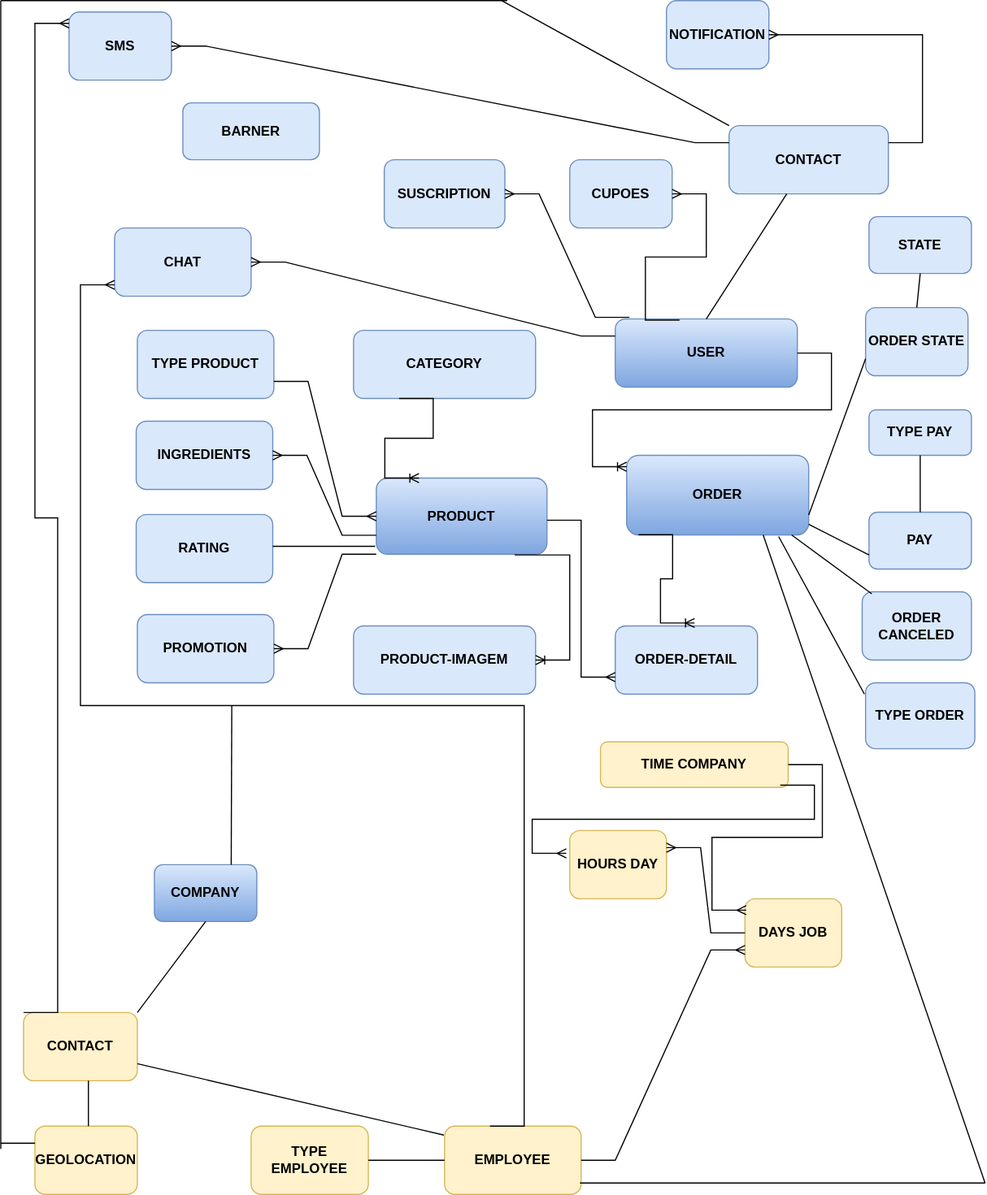
This is Estructuras App/Delivery_Skeletor.drawio (2).svg from filda1/Script-Code, a draw.io export, as it was before one commit. Source tidied: cells renumbered, new cells last; positions are measured from the earlier drawing's top-left corner, leaving out a move shared by most shapes.
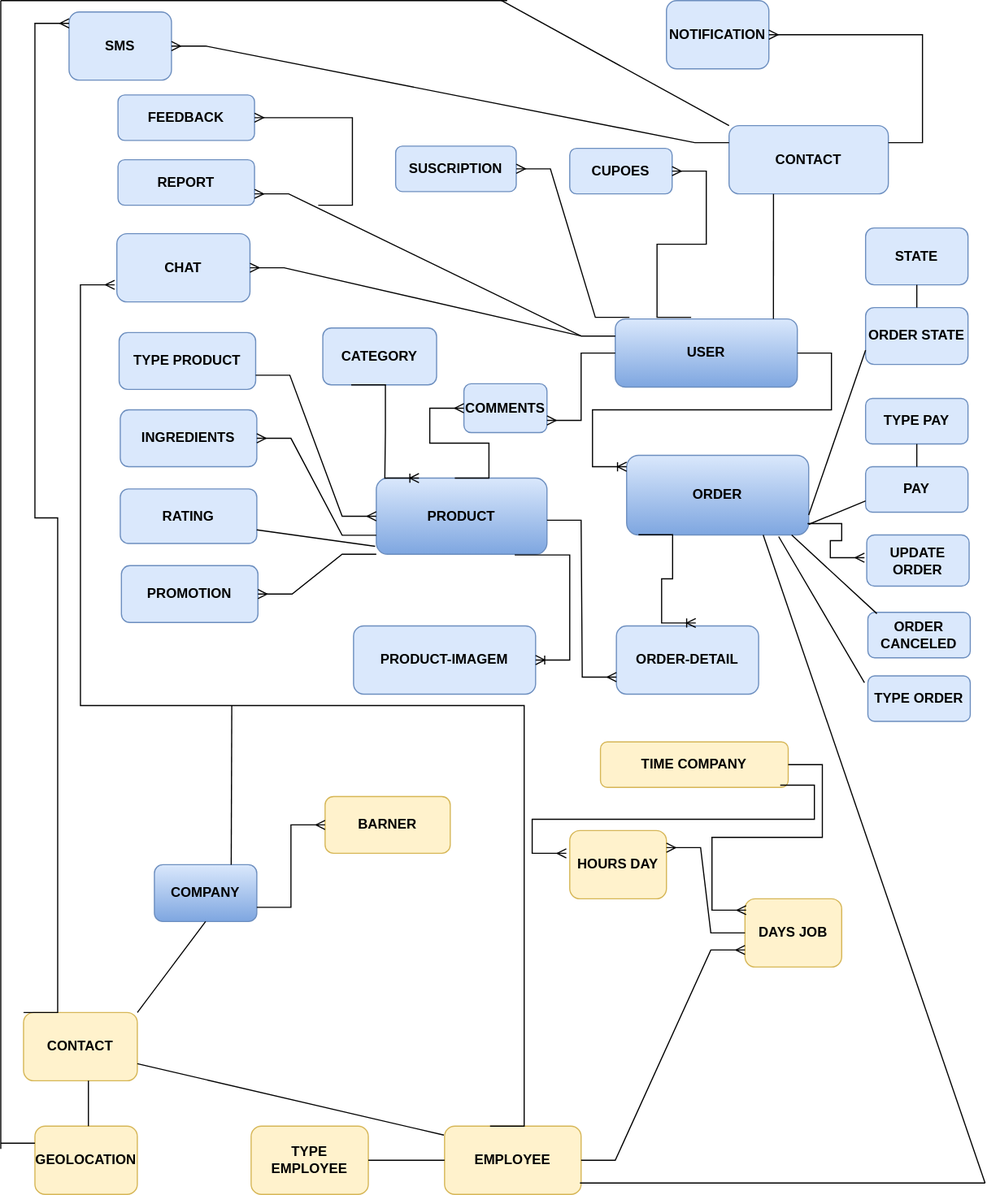
The same file after the commit.

The edit, as a diff of the source:
```diff
@@ -6,7 +6,7 @@
       <mxGeometry x="330" y="420" width="150" height="67" as="geometry" />
     </mxCell>
     <mxCell id="3" value="&lt;b&gt;CATEGORY&lt;/b&gt;" style="rounded=1;whiteSpace=wrap;html=1;labelBorderColor=none;fillColor=#dae8fc;strokeColor=#6c8ebf;" parent="1" vertex="1">
-      <mxGeometry x="310" y="290" width="160" height="60" as="geometry" />
+      <mxGeometry x="283" y="288" width="100" height="50" as="geometry" />
     </mxCell>
     <mxCell id="4" value="PRODUCT-IMAGEM" style="rounded=1;whiteSpace=wrap;html=1;labelBackgroundColor=none;labelBorderColor=none;fillColor=#dae8fc;strokeColor=#6c8ebf;fontStyle=1;" parent="1" vertex="1">
       <mxGeometry x="310" y="550" width="160" height="60" as="geometry" />
@@ -18,7 +18,7 @@
       <mxGeometry x="550" y="400" width="160" height="70" as="geometry" />
     </mxCell>
     <mxCell id="7" value="ORDER-DETAIL" style="rounded=1;whiteSpace=wrap;html=1;labelBackgroundColor=none;labelBorderColor=none;fillColor=#dae8fc;strokeColor=#6c8ebf;fontStyle=1;" parent="1" vertex="1">
-      <mxGeometry x="540" y="550" width="125" height="60" as="geometry" />
+      <mxGeometry x="541" y="550" width="125" height="60" as="geometry" />
     </mxCell>
     <mxCell id="8" value="CONTACT" style="rounded=1;whiteSpace=wrap;html=1;labelBackgroundColor=none;labelBorderColor=none;fillColor=#dae8fc;strokeColor=#6c8ebf;fontStyle=1;" parent="1" vertex="1">
       <mxGeometry x="640" y="110" width="140" height="60" as="geometry" />
@@ -36,8 +36,10 @@
         <mxPoint x="550" y="410" as="targetPoint" />
       </mxGeometry>
     </mxCell>
-    <mxCell id="12" style="endArrow=none;html=1;rounded=0;fontColor=#000000;exitX=0.5;exitY=0;exitDx=0;exitDy=0;" parent="1" edge="1" source="5" target="8">
-      <mxGeometry relative="1" as="geometry" />
+    <mxCell id="12" style="endArrow=none;html=1;rounded=0;fontColor=#000000;entryX=0.279;entryY=1;entryDx=0;entryDy=0;entryPerimeter=0;" parent="1" edge="1" target="8">
+      <mxGeometry relative="1" as="geometry">
+        <mxPoint x="679" y="280" as="sourcePoint" />
+      </mxGeometry>
     </mxCell>
     <mxCell id="13" style="edgeStyle=entityRelationEdgeStyle;fontSize=12;html=1;endArrow=ERoneToMany;rounded=0;fontColor=#000000;entryX=0.25;entryY=0;entryDx=0;entryDy=0;exitX=0.25;exitY=1;exitDx=0;exitDy=0;" parent="1" edge="1" source="3" target="2">
       <mxGeometry relative="1" as="geometry" />
@@ -46,10 +48,10 @@
       <mxGeometry relative="1" as="geometry" />
     </mxCell>
     <mxCell id="15" value="TYPE PRODUCT" style="rounded=1;whiteSpace=wrap;html=1;labelBackgroundColor=none;labelBorderColor=none;fillColor=#dae8fc;strokeColor=#6c8ebf;fontStyle=1;" parent="1" vertex="1">
-      <mxGeometry x="120" y="290" width="120" height="60" as="geometry" />
+      <mxGeometry x="104" y="292" width="120" height="50" as="geometry" />
     </mxCell>
     <mxCell id="16" value="&lt;b&gt;INGREDIENTS&lt;/b&gt;" style="rounded=1;whiteSpace=wrap;html=1;labelBackgroundColor=none;labelBorderColor=none;fillColor=#dae8fc;strokeColor=#6c8ebf;" parent="1" vertex="1">
-      <mxGeometry x="119" y="370" width="120" height="60" as="geometry" />
+      <mxGeometry x="105" y="360" width="120" height="50" as="geometry" />
     </mxCell>
     <mxCell id="17" style="edgeStyle=entityRelationEdgeStyle;fontSize=12;html=1;endArrow=ERmany;rounded=0;fontColor=#000000;exitX=1;exitY=0.75;exitDx=0;exitDy=0;entryX=0;entryY=0.5;entryDx=0;entryDy=0;" parent="1" edge="1" source="15" target="2">
       <mxGeometry relative="1" as="geometry" />
@@ -58,25 +60,25 @@
       <mxGeometry relative="1" as="geometry" />
     </mxCell>
     <mxCell id="19" value="&lt;b&gt;PROMOTION&lt;/b&gt;" style="rounded=1;whiteSpace=wrap;html=1;labelBackgroundColor=none;labelBorderColor=none;fillColor=#dae8fc;strokeColor=#6c8ebf;" parent="1" vertex="1">
-      <mxGeometry x="120" y="540" width="120" height="60" as="geometry" />
+      <mxGeometry x="106" y="497" width="120" height="50" as="geometry" />
     </mxCell>
     <mxCell id="20" style="edgeStyle=entityRelationEdgeStyle;fontSize=12;html=1;endArrow=ERmany;rounded=0;fontColor=#000000;exitX=0;exitY=1;exitDx=0;exitDy=0;" parent="1" edge="1" source="2" target="19">
       <mxGeometry relative="1" as="geometry" />
     </mxCell>
     <mxCell id="21" value="ORDER STATE" style="rounded=1;whiteSpace=wrap;html=1;labelBackgroundColor=none;labelBorderColor=none;fillColor=#dae8fc;strokeColor=#6c8ebf;fontStyle=1;" parent="1" vertex="1">
-      <mxGeometry x="760" y="270" width="90" height="60" as="geometry" />
+      <mxGeometry x="760" y="270" width="90" height="50" as="geometry" />
     </mxCell>
     <mxCell id="22" style="endArrow=none;html=1;rounded=0;fontColor=#000000;entryX=0;entryY=0.75;entryDx=0;entryDy=0;exitX=1;exitY=0.75;exitDx=0;exitDy=0;" parent="1" edge="1" source="6" target="21">
       <mxGeometry relative="1" as="geometry" />
     </mxCell>
     <mxCell id="23" value="STATE" style="rounded=1;whiteSpace=wrap;html=1;labelBackgroundColor=none;labelBorderColor=none;fillColor=#dae8fc;strokeColor=#6c8ebf;fontStyle=1;" parent="1" vertex="1">
-      <mxGeometry x="763" y="190" width="90" height="50" as="geometry" />
+      <mxGeometry x="760" y="200" width="90" height="50" as="geometry" />
     </mxCell>
     <mxCell id="24" style="endArrow=none;html=1;rounded=0;fontColor=#000000;entryX=0.5;entryY=1;entryDx=0;entryDy=0;exitX=0.5;exitY=0;exitDx=0;exitDy=0;" parent="1" edge="1" source="21" target="23">
       <mxGeometry relative="1" as="geometry" />
     </mxCell>
     <mxCell id="25" value="ORDER CANCELED" style="rounded=1;whiteSpace=wrap;html=1;labelBackgroundColor=none;labelBorderColor=none;fillColor=#dae8fc;strokeColor=#6c8ebf;fontStyle=1;" parent="1" vertex="1">
-      <mxGeometry x="757" y="520" width="96" height="60" as="geometry" />
+      <mxGeometry x="762" y="538" width="90" height="40" as="geometry" />
     </mxCell>
     <mxCell id="26" style="endArrow=none;html=1;rounded=0;fontColor=#000000;entryX=0.088;entryY=0.03;entryDx=0;entryDy=0;entryPerimeter=0;" parent="1" edge="1" target="25">
       <mxGeometry relative="1" as="geometry">
@@ -84,7 +86,7 @@
       </mxGeometry>
     </mxCell>
     <mxCell id="27" value="PAY" style="rounded=1;whiteSpace=wrap;html=1;labelBackgroundColor=none;labelBorderColor=none;fillColor=#dae8fc;strokeColor=#6c8ebf;fontStyle=1;" parent="1" vertex="1">
-      <mxGeometry x="763" y="450" width="90" height="50" as="geometry" />
+      <mxGeometry x="760" y="410" width="90" height="40" as="geometry" />
     </mxCell>
     <mxCell id="28" style="endArrow=none;html=1;rounded=0;fontColor=#000000;exitX=1;exitY=0.867;exitDx=0;exitDy=0;exitPerimeter=0;entryX=0;entryY=0.75;entryDx=0;entryDy=0;" parent="1" edge="1" source="6" target="27">
       <mxGeometry relative="1" as="geometry" />
@@ -104,27 +106,27 @@
       <mxGeometry relative="1" as="geometry" />
     </mxCell>
     <mxCell id="33" value="TYPE PAY" style="rounded=1;whiteSpace=wrap;html=1;labelBackgroundColor=none;labelBorderColor=none;fillColor=#dae8fc;strokeColor=#6c8ebf;fontStyle=1;" parent="1" vertex="1">
-      <mxGeometry x="763" y="360" width="90" height="40" as="geometry" />
+      <mxGeometry x="760" y="350" width="90" height="40" as="geometry" />
     </mxCell>
     <mxCell id="34" style="endArrow=none;html=1;rounded=0;fontColor=#000000;entryX=0.5;entryY=1;entryDx=0;entryDy=0;exitX=0.5;exitY=0;exitDx=0;exitDy=0;" parent="1" edge="1" source="27" target="33">
       <mxGeometry relative="1" as="geometry" />
     </mxCell>
     <mxCell id="35" value="CHAT" style="rounded=1;whiteSpace=wrap;html=1;labelBackgroundColor=none;labelBorderColor=none;fillColor=#dae8fc;strokeColor=#6c8ebf;fontStyle=1;" parent="1" vertex="1">
-      <mxGeometry x="100" y="200" width="120" height="60" as="geometry" />
+      <mxGeometry x="102" y="205" width="117" height="60" as="geometry" />
     </mxCell>
     <mxCell id="36" style="edgeStyle=entityRelationEdgeStyle;fontSize=12;html=1;endArrow=ERmany;rounded=0;fontColor=#000000;exitX=0;exitY=0.25;exitDx=0;exitDy=0;" parent="1" edge="1" source="5" target="35">
       <mxGeometry relative="1" as="geometry" />
     </mxCell>
     <mxCell id="37" value="SUSCRIPTION" style="rounded=1;whiteSpace=wrap;html=1;labelBackgroundColor=none;labelBorderColor=none;fillColor=#dae8fc;strokeColor=#6c8ebf;fontStyle=1;" parent="1" vertex="1">
-      <mxGeometry x="337" y="140" width="106" height="60" as="geometry" />
+      <mxGeometry x="347" y="128" width="106" height="40" as="geometry" />
     </mxCell>
     <mxCell id="38" style="edgeStyle=entityRelationEdgeStyle;fontSize=12;html=1;endArrow=ERmany;rounded=0;fontColor=#000000;exitX=0.078;exitY=-0.023;exitDx=0;exitDy=0;exitPerimeter=0;" parent="1" edge="1" source="5" target="37">
       <mxGeometry relative="1" as="geometry" />
     </mxCell>
     <mxCell id="39" value="CUPOES" style="rounded=1;whiteSpace=wrap;html=1;labelBackgroundColor=none;labelBorderColor=none;fillColor=#dae8fc;strokeColor=#6c8ebf;fontStyle=1;" parent="1" vertex="1">
-      <mxGeometry x="500" y="140" width="90" height="60" as="geometry" />
+      <mxGeometry x="500" y="130" width="90" height="40" as="geometry" />
     </mxCell>
-    <mxCell id="40" style="edgeStyle=entityRelationEdgeStyle;fontSize=12;html=1;endArrow=ERmany;rounded=0;fontColor=#000000;exitX=0.353;exitY=0.017;exitDx=0;exitDy=0;exitPerimeter=0;" parent="1" edge="1" source="5" target="39">
+    <mxCell id="40" style="edgeStyle=entityRelationEdgeStyle;fontSize=12;html=1;endArrow=ERmany;rounded=0;fontColor=#000000;exitX=0.417;exitY=-0.023;exitDx=0;exitDy=0;exitPerimeter=0;" parent="1" edge="1" source="5" target="39">
       <mxGeometry relative="1" as="geometry" />
     </mxCell>
     <mxCell id="41" value="EMPLOYEE" style="rounded=1;whiteSpace=wrap;html=1;labelBackgroundColor=none;labelBorderColor=none;fillColor=#fff2cc;strokeColor=#d6b656;fontStyle=1;" parent="1" vertex="1">
@@ -133,8 +135,8 @@
     <mxCell id="42" value="TYPE EMPLOYEE" style="rounded=1;whiteSpace=wrap;html=1;labelBackgroundColor=none;labelBorderColor=none;fillColor=#fff2cc;strokeColor=#d6b656;fontStyle=1;" parent="1" vertex="1">
       <mxGeometry x="220" y="990" width="103" height="60" as="geometry" />
     </mxCell>
-    <mxCell id="43" value="BARNER" style="rounded=1;whiteSpace=wrap;html=1;labelBackgroundColor=none;labelBorderColor=none;fillColor=#dae8fc;strokeColor=#6c8ebf;fontStyle=1;" parent="1" vertex="1">
-      <mxGeometry x="160" y="90" width="120" height="50" as="geometry" />
+    <mxCell id="43" value="BARNER" style="rounded=1;whiteSpace=wrap;html=1;labelBackgroundColor=none;labelBorderColor=none;fillColor=#fff2cc;strokeColor=#d6b656;fontStyle=1;" parent="1" vertex="1">
+      <mxGeometry x="285" y="700" width="110" height="50" as="geometry" />
     </mxCell>
     <mxCell id="44" style="endArrow=none;html=1;rounded=0;fontColor=#000000;entryX=1;entryY=0.5;entryDx=0;entryDy=0;exitX=0;exitY=0.5;exitDx=0;exitDy=0;exitPerimeter=0;" parent="1" edge="1" source="41" target="42">
       <mxGeometry relative="1" as="geometry" />
@@ -237,21 +239,57 @@
       </mxGeometry>
     </mxCell>
     <mxCell id="67" value="&lt;b&gt;RATING&lt;/b&gt;" style="rounded=1;whiteSpace=wrap;html=1;fillColor=#dae8fc;strokeColor=#6c8ebf;" parent="1" vertex="1">
-      <mxGeometry x="119" y="452" width="120" height="60" as="geometry" />
+      <mxGeometry x="105" y="429.5" width="120" height="48" as="geometry" />
     </mxCell>
-    <mxCell id="68" style="endArrow=none;html=1;rounded=0;" parent="1" edge="1">
+    <mxCell id="68" style="endArrow=none;html=1;rounded=0;exitX=1;exitY=0.75;exitDx=0;exitDy=0;" parent="1" edge="1" source="67">
       <mxGeometry relative="1" as="geometry">
-        <mxPoint x="239" y="480" as="sourcePoint" />
         <mxPoint x="329" y="480" as="targetPoint" />
       </mxGeometry>
     </mxCell>
     <mxCell id="69" value="TYPE ORDER" style="rounded=1;whiteSpace=wrap;html=1;fillColor=#dae8fc;strokeColor=#6c8ebf;fontStyle=1;" parent="1" vertex="1">
-      <mxGeometry x="760" y="600" width="96" height="58" as="geometry" />
+      <mxGeometry x="762" y="594" width="90" height="40" as="geometry" />
     </mxCell>
     <mxCell id="70" style="endArrow=none;html=1;rounded=0;entryX=0.835;entryY=1.02;entryDx=0;entryDy=0;entryPerimeter=0;" parent="1" edge="1" target="6">
       <mxGeometry relative="1" as="geometry">
-        <mxPoint x="759" y="610" as="sourcePoint" />
+        <mxPoint x="759" y="600" as="sourcePoint" />
       </mxGeometry>
     </mxCell>
+    <mxCell id="71" value="REPORT" style="rounded=1;whiteSpace=wrap;html=1;fontStyle=1;fillColor=#dae8fc;strokeColor=#6c8ebf;" parent="1" vertex="1">
+      <mxGeometry x="103" y="140" width="120" height="40" as="geometry" />
+    </mxCell>
+    <mxCell id="72" style="edgeStyle=entityRelationEdgeStyle;fontSize=12;html=1;endArrow=ERmany;rounded=0;entryX=1;entryY=0.75;entryDx=0;entryDy=0;exitX=0;exitY=0.25;exitDx=0;exitDy=0;" parent="1" edge="1" source="5" target="71">
+      <mxGeometry relative="1" as="geometry" />
+    </mxCell>
+    <mxCell id="73" value="UPDATE ORDER" style="rounded=1;whiteSpace=wrap;html=1;fillColor=#dae8fc;strokeColor=#6c8ebf;fontStyle=1;" parent="1" vertex="1">
+      <mxGeometry x="761" y="470" width="90" height="45" as="geometry" />
+    </mxCell>
+    <mxCell id="74" style="edgeStyle=entityRelationEdgeStyle;fontSize=12;html=1;endArrow=ERmany;rounded=0;" parent="1" edge="1">
+      <mxGeometry relative="1" as="geometry">
+        <mxPoint x="709" y="460" as="sourcePoint" />
+        <mxPoint x="759" y="490" as="targetPoint" />
+      </mxGeometry>
+    </mxCell>
+    <mxCell id="75" style="edgeStyle=entityRelationEdgeStyle;fontSize=12;html=1;endArrow=ERmany;rounded=0;exitX=1;exitY=0.75;exitDx=0;exitDy=0;" parent="1" edge="1" source="53" target="43">
+      <mxGeometry relative="1" as="geometry" />
+    </mxCell>
+    <mxCell id="76" value="COMMENTS" style="rounded=1;whiteSpace=wrap;html=1;fillColor=#dae8fc;strokeColor=#6c8ebf;fontStyle=1;direction=south;" parent="1" vertex="1">
+      <mxGeometry x="407" y="337" width="73" height="43" as="geometry" />
+    </mxCell>
+    <mxCell id="77" style="edgeStyle=entityRelationEdgeStyle;fontSize=12;html=1;endArrow=ERmany;rounded=0;entryX=0.75;entryY=0;entryDx=0;entryDy=0;" parent="1" edge="1" source="5" target="76">
+      <mxGeometry relative="1" as="geometry" />
+    </mxCell>
+    <mxCell id="78" style="edgeStyle=entityRelationEdgeStyle;fontSize=12;html=1;endArrow=ERmany;rounded=0;entryX=0.5;entryY=1;entryDx=0;entryDy=0;" parent="1" edge="1" target="76">
+      <mxGeometry relative="1" as="geometry">
+        <mxPoint x="399" y="420" as="sourcePoint" />
+      </mxGeometry>
+    </mxCell>
+    <mxCell id="79" value="FEEDBACK" style="rounded=1;whiteSpace=wrap;html=1;fillColor=#dae8fc;strokeColor=#6c8ebf;fontStyle=1;" parent="1" vertex="1">
+      <mxGeometry x="103" y="83" width="120" height="40" as="geometry" />
+    </mxCell>
+    <mxCell id="80" style="edgeStyle=entityRelationEdgeStyle;fontSize=12;html=1;endArrow=ERmany;rounded=0;" parent="1" edge="1" target="79">
+      <mxGeometry relative="1" as="geometry">
+        <mxPoint x="279" y="180" as="sourcePoint" />
+      </mxGeometry>
+    </mxCell>
   </root>
 </mxGraphModel>
```
